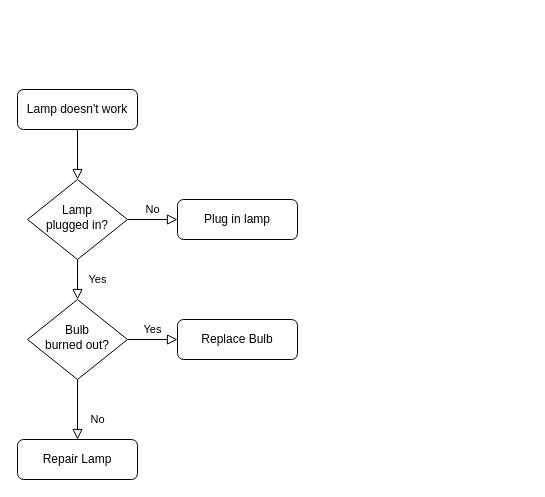
Earlier version of the draw.io diagram Untitled Diagram.drawio (DestroyerOfWorldsEDubz/Web-Dev_HTMLPortoflio). Source tidied: cells renumbered, new cells numbered last; positions are measured from the earlier drawing's top-left corner, leaving out a move shared by most shapes. Both pictures are drawn from the tidied source at 100%, with x=0, y=0 at pixel (17, 89).
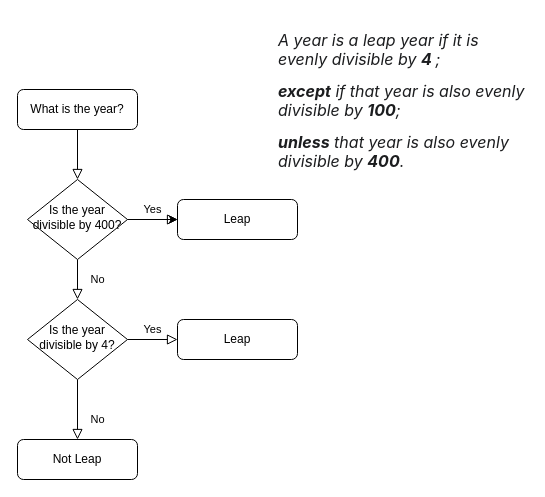
After the change.

Commit message:
Leap Year

Change to the diagram source:
```diff
@@
 <mxGraphModel>
   <root>
     <mxCell id="0" />
     <mxCell id="1" parent="0" />
     <mxCell id="2" style="rounded=0;html=1;jettySize=auto;fontSize=11;endArrow=block;endFill=0;endSize=8;strokeWidth=1;shadow=0;labelBackgroundColor=none;edgeStyle=orthogonalEdgeStyle;" parent="1" edge="1" source="3" target="6">
       <mxGeometry relative="1" as="geometry" />
     </mxCell>
-    <mxCell id="3" value="Lamp doesn't work" style="rounded=1;whiteSpace=wrap;html=1;fontSize=12;glass=0;strokeWidth=1;shadow=0;" parent="1" vertex="1">
+    <mxCell id="3" value="What is the year?" style="rounded=1;whiteSpace=wrap;html=1;fontSize=12;glass=0;strokeWidth=1;shadow=0;" parent="1" vertex="1">
       <mxGeometry width="120" height="40" as="geometry" />
     </mxCell>
-    <mxCell id="4" value="Yes" style="rounded=0;html=1;jettySize=auto;fontSize=11;endArrow=block;endFill=0;endSize=8;strokeWidth=1;shadow=0;labelBackgroundColor=none;edgeStyle=orthogonalEdgeStyle;" parent="1" edge="1" source="6" target="10">
+    <mxCell id="4" value="No" style="rounded=0;html=1;jettySize=auto;fontSize=11;endArrow=block;endFill=0;endSize=8;strokeWidth=1;shadow=0;labelBackgroundColor=none;edgeStyle=orthogonalEdgeStyle;" parent="1" edge="1" source="6" target="10">
       <mxGeometry y="20" relative="1" as="geometry" />
     </mxCell>
-    <mxCell id="5" value="No" style="edgeStyle=orthogonalEdgeStyle;rounded=0;html=1;jettySize=auto;fontSize=11;endArrow=block;endFill=0;endSize=8;strokeWidth=1;shadow=0;labelBackgroundColor=none;" parent="1" edge="1" source="6" target="7">
+    <mxCell id="5" value="Yes" style="edgeStyle=orthogonalEdgeStyle;rounded=0;html=1;jettySize=auto;fontSize=11;endArrow=block;endFill=0;endSize=8;strokeWidth=1;shadow=0;labelBackgroundColor=none;" parent="1" edge="1" source="6" target="7">
       <mxGeometry y="10" relative="1" as="geometry" />
     </mxCell>
+    <mxCell id="13" style="edgeStyle=orthogonalEdgeStyle;rounded=0;jettySize=auto;html=1;" parent="1" edge="1" source="6" target="7">
+      <mxGeometry relative="1" as="geometry" />
+    </mxCell>
-    <mxCell id="6" value="Lamp&lt;br&gt;plugged in?" style="rhombus;whiteSpace=wrap;html=1;shadow=0;fontFamily=Helvetica;fontSize=12;align=center;strokeWidth=1;spacing=6;spacingTop=-4;" parent="1" vertex="1">
+    <mxCell id="6" value="Is the year divisible by 400?" style="rhombus;whiteSpace=wrap;html=1;shadow=0;fontFamily=Helvetica;fontSize=12;align=center;strokeWidth=1;spacing=6;spacingTop=-4;" parent="1" vertex="1">
       <mxGeometry x="10" y="90" width="100" height="80" as="geometry" />
     </mxCell>
-    <mxCell id="7" value="Plug in lamp" style="rounded=1;whiteSpace=wrap;html=1;fontSize=12;glass=0;strokeWidth=1;shadow=0;" parent="1" vertex="1">
+    <mxCell id="7" value="Leap" style="rounded=1;whiteSpace=wrap;html=1;fontSize=12;glass=0;strokeWidth=1;shadow=0;" parent="1" vertex="1">
       <mxGeometry x="160" y="110" width="120" height="40" as="geometry" />
     </mxCell>
     <mxCell id="8" value="No" style="rounded=0;html=1;jettySize=auto;fontSize=11;endArrow=block;endFill=0;endSize=8;strokeWidth=1;shadow=0;labelBackgroundColor=none;edgeStyle=orthogonalEdgeStyle;" parent="1" edge="1" source="10" target="11">
       <mxGeometry x="0.33" y="20" relative="1" as="geometry" />
     </mxCell>
     <mxCell id="9" value="Yes" style="edgeStyle=orthogonalEdgeStyle;rounded=0;html=1;jettySize=auto;fontSize=11;endArrow=block;endFill=0;endSize=8;strokeWidth=1;shadow=0;labelBackgroundColor=none;" parent="1" edge="1" source="10" target="12">
       <mxGeometry y="10" relative="1" as="geometry" />
     </mxCell>
-    <mxCell id="10" value="Bulb&lt;br&gt;burned out?" style="rhombus;whiteSpace=wrap;html=1;shadow=0;fontFamily=Helvetica;fontSize=12;align=center;strokeWidth=1;spacing=6;spacingTop=-4;" parent="1" vertex="1">
+    <mxCell id="10" value="Is the year divisible by 4?" style="rhombus;whiteSpace=wrap;html=1;shadow=0;fontFamily=Helvetica;fontSize=12;align=center;strokeWidth=1;spacing=6;spacingTop=-4;" parent="1" vertex="1">
       <mxGeometry x="10" y="210" width="100" height="80" as="geometry" />
     </mxCell>
-    <mxCell id="11" value="Repair Lamp" style="rounded=1;whiteSpace=wrap;html=1;fontSize=12;glass=0;strokeWidth=1;shadow=0;" parent="1" vertex="1">
+    <mxCell id="11" value="Not Leap" style="rounded=1;whiteSpace=wrap;html=1;fontSize=12;glass=0;strokeWidth=1;shadow=0;" parent="1" vertex="1">
       <mxGeometry y="350" width="120" height="40" as="geometry" />
     </mxCell>
-    <mxCell id="12" value="Replace Bulb" style="rounded=1;whiteSpace=wrap;html=1;fontSize=12;glass=0;strokeWidth=1;shadow=0;" parent="1" vertex="1">
+    <mxCell id="12" value="Leap" style="rounded=1;whiteSpace=wrap;html=1;fontSize=12;glass=0;strokeWidth=1;shadow=0;" parent="1" vertex="1">
       <mxGeometry x="160" y="230" width="120" height="40" as="geometry" />
     </mxCell>
+    <mxCell id="14" value="&lt;p style=&quot;box-sizing: border-box; margin: 0.8rem 0px 0px; padding: 0px; font-size: 16px; max-width: none; color: rgb(28, 29, 31); font-family: &amp;quot;Udemy Sans&amp;quot;, &amp;quot;SF Pro Text&amp;quot;, -apple-system, &amp;quot;system-ui&amp;quot;, Roboto, &amp;quot;Segoe UI&amp;quot;, Helvetica, Arial, sans-serif, &amp;quot;Apple Color Emoji&amp;quot;, &amp;quot;Segoe UI Emoji&amp;quot;, &amp;quot;Segoe UI Symbol&amp;quot;; text-align: start; background-color: rgb(255, 255, 255);&quot;&gt;&lt;em style=&quot;box-sizing: border-box; margin: 0px; padding: 0px;&quot;&gt;A year is a leap year if it is evenly divisible by&amp;nbsp;&lt;/em&gt;&lt;strong style=&quot;box-sizing: border-box; margin: 0px; padding: 0px;&quot;&gt;&lt;em style=&quot;box-sizing: border-box; margin: 0px; padding: 0px;&quot;&gt;4&amp;nbsp;&lt;/em&gt;&lt;/strong&gt;&lt;em style=&quot;box-sizing: border-box; margin: 0px; padding: 0px;&quot;&gt;;&lt;/em&gt;&lt;/p&gt;&lt;p style=&quot;box-sizing: border-box; margin: 0.8rem 0px 0px; padding: 0px; font-size: 16px; max-width: none; color: rgb(28, 29, 31); font-family: &amp;quot;Udemy Sans&amp;quot;, &amp;quot;SF Pro Text&amp;quot;, -apple-system, &amp;quot;system-ui&amp;quot;, Roboto, &amp;quot;Segoe UI&amp;quot;, Helvetica, Arial, sans-serif, &amp;quot;Apple Color Emoji&amp;quot;, &amp;quot;Segoe UI Emoji&amp;quot;, &amp;quot;Segoe UI Symbol&amp;quot;; text-align: start; background-color: rgb(255, 255, 255);&quot;&gt;&lt;strong style=&quot;box-sizing: border-box; margin: 0px; padding: 0px;&quot;&gt;&lt;em style=&quot;box-sizing: border-box; margin: 0px; padding: 0px;&quot;&gt;except&lt;/em&gt;&lt;/strong&gt;&lt;em style=&quot;box-sizing: border-box; margin: 0px; padding: 0px;&quot;&gt;&amp;nbsp;if that year is also evenly divisible by&amp;nbsp;&lt;/em&gt;&lt;strong style=&quot;box-sizing: border-box; margin: 0px; padding: 0px;&quot;&gt;&lt;em style=&quot;box-sizing: border-box; margin: 0px; padding: 0px;&quot;&gt;100&lt;/em&gt;&lt;/strong&gt;&lt;em style=&quot;box-sizing: border-box; margin: 0px; padding: 0px;&quot;&gt;;&lt;/em&gt;&lt;/p&gt;&lt;p style=&quot;box-sizing: border-box; margin: 0.8rem 0px 0px; padding: 0px; font-size: 16px; max-width: none; color: rgb(28, 29, 31); font-family: &amp;quot;Udemy Sans&amp;quot;, &amp;quot;SF Pro Text&amp;quot;, -apple-system, &amp;quot;system-ui&amp;quot;, Roboto, &amp;quot;Segoe UI&amp;quot;, Helvetica, Arial, sans-serif, &amp;quot;Apple Color Emoji&amp;quot;, &amp;quot;Segoe UI Emoji&amp;quot;, &amp;quot;Segoe UI Symbol&amp;quot;; text-align: start; background-color: rgb(255, 255, 255);&quot;&gt;&lt;strong style=&quot;box-sizing: border-box; margin: 0px; padding: 0px;&quot;&gt;&lt;em style=&quot;box-sizing: border-box; margin: 0px; padding: 0px;&quot;&gt;unless&lt;/em&gt;&lt;/strong&gt;&lt;em style=&quot;box-sizing: border-box; margin: 0px; padding: 0px;&quot;&gt;&amp;nbsp;that year is also evenly divisible by&amp;nbsp;&lt;/em&gt;&lt;strong style=&quot;box-sizing: border-box; margin: 0px; padding: 0px;&quot;&gt;&lt;em style=&quot;box-sizing: border-box; margin: 0px; padding: 0px;&quot;&gt;400&lt;/em&gt;&lt;/strong&gt;&lt;em style=&quot;box-sizing: border-box; margin: 0px; padding: 0px;&quot;&gt;.&lt;/em&gt;&lt;/p&gt;" style="text;strokeColor=none;align=center;fillColor=none;html=1;verticalAlign=middle;whiteSpace=wrap;rounded=0;" parent="1" vertex="1">
+      <mxGeometry x="260" y="-10" width="250" height="30" as="geometry" />
+    </mxCell>
   </root>
 </mxGraphModel>
```
